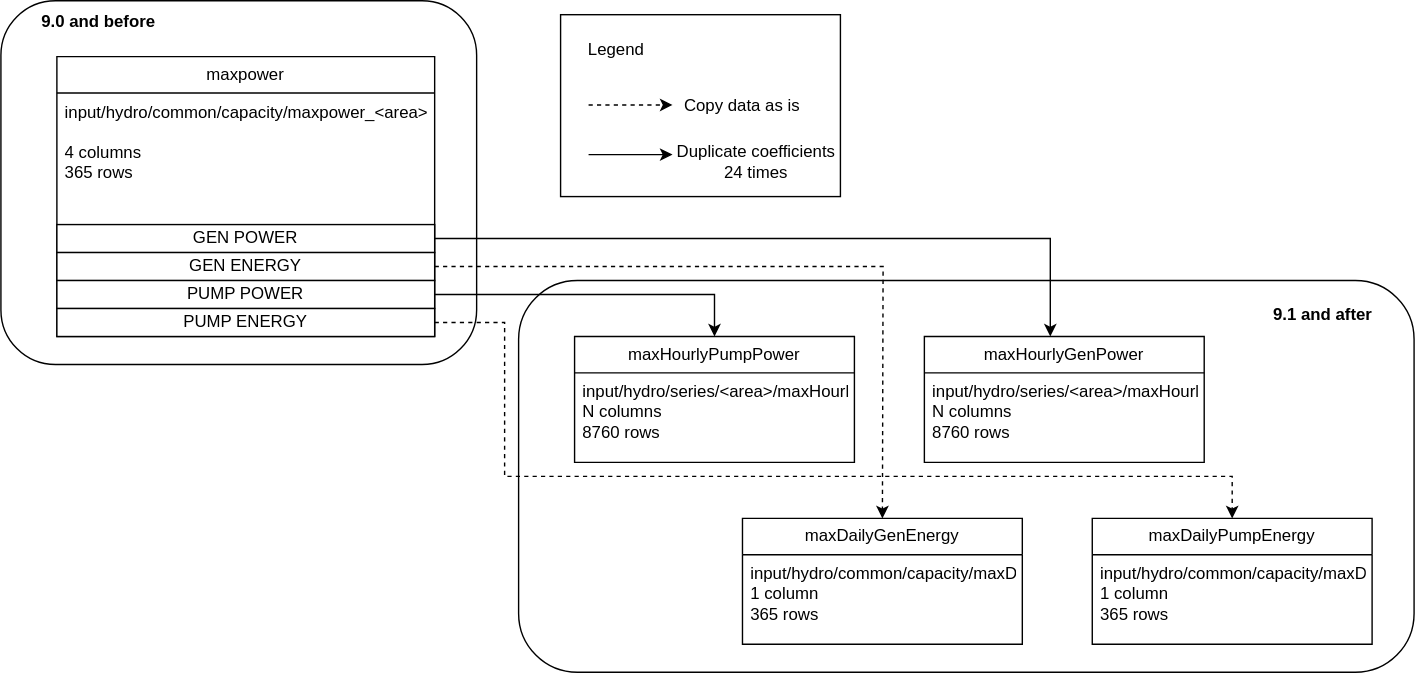
AntaresSimulatorTeam/Antares_Simulator keeps this draw.io diagram as docs/reference-guide/migration.svg. Above is the earlier version. Source tidied: cells renumbered, new cells last; positions are measured from the earlier drawing's top-left corner, leaving out a move shared by most shapes.
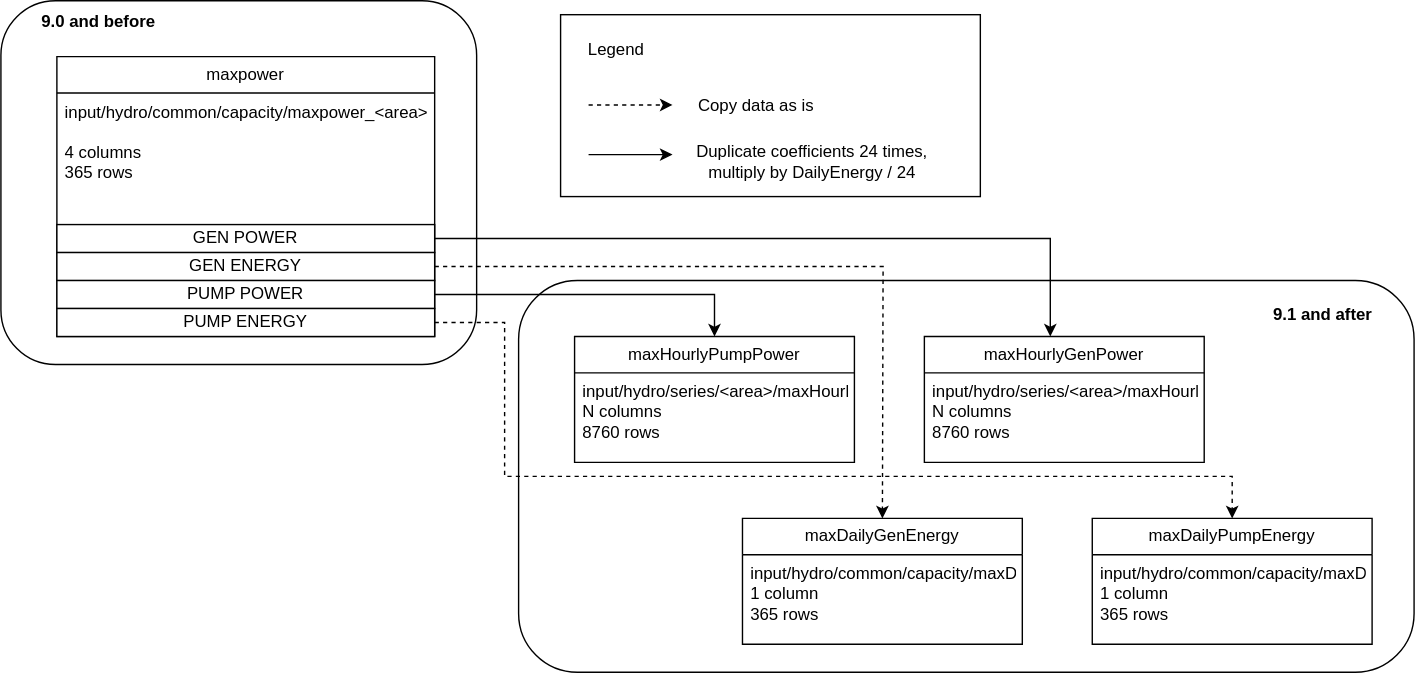
Above is the later version.

Commit message:
Add explanatory Python script to migration procedure

What changed in the source:
```diff
@@ -9,7 +9,7 @@
       <mxGeometry width="340" height="260" as="geometry" />
     </mxCell>
     <mxCell id="4" style="html=1;whiteSpace=wrap;" parent="1" vertex="1">
-      <mxGeometry x="400" y="10" width="200" height="130" as="geometry" />
+      <mxGeometry x="400" y="10" width="300" height="130" as="geometry" />
     </mxCell>
     <mxCell id="5" value="maxpower" style="swimlane;fontStyle=0;horizontal=1;startSize=26;fillColor=none;whiteSpace=wrap;html=1;" parent="1" vertex="1">
       <mxGeometry x="40" y="40" width="270" height="200" as="geometry" />
@@ -68,7 +68,7 @@
       </mxGeometry>
     </mxCell>
     <mxCell id="18" value="Copy data as is" style="text;html=1;align=center;verticalAlign=middle;whiteSpace=wrap;rounded=0;" parent="1" vertex="1">
-      <mxGeometry x="480" y="60" width="100" height="30" as="geometry" />
+      <mxGeometry x="490" y="60" width="100" height="30" as="geometry" />
     </mxCell>
     <mxCell id="19" style="endArrow=classic;html=1;rounded=0;" parent="1" edge="1">
       <mxGeometry relative="1" as="geometry">
@@ -76,8 +76,8 @@
         <mxPoint x="480" y="110" as="targetPoint" />
       </mxGeometry>
     </mxCell>
-    <mxCell id="20" value="Duplicate coefficients 24 times" style="text;html=1;align=center;verticalAlign=middle;whiteSpace=wrap;rounded=0;" parent="1" vertex="1">
-      <mxGeometry x="480" y="100" width="120" height="30" as="geometry" />
+    <mxCell id="20" value="Duplicate coefficients 24 times, multiply by DailyEnergy / 24" style="text;html=1;align=center;verticalAlign=middle;whiteSpace=wrap;rounded=0;" parent="1" vertex="1">
+      <mxGeometry x="480" y="100" width="200" height="30" as="geometry" />
     </mxCell>
     <mxCell id="21" value="Legend" style="text;html=1;align=center;verticalAlign=middle;whiteSpace=wrap;rounded=0;" parent="1" vertex="1">
       <mxGeometry x="410" y="20" width="60" height="30" as="geometry" />
```
